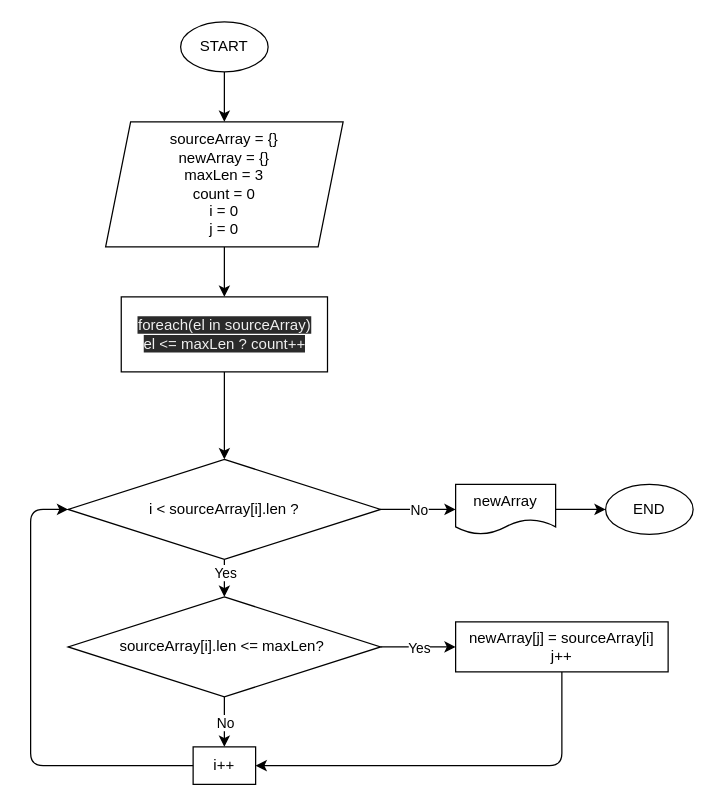
The draw.io diagram BlockScheme.drawio in maslaff/GBEdu_GetFilteredArray, before the edit. Source tidied: cells renumbered, new cells numbered last; positions are measured from the earlier drawing's top-left corner, leaving out a move shared by most shapes. Both pictures are drawn from the tidied source at 125%, with x=0, y=0 at pixel (30, 21).
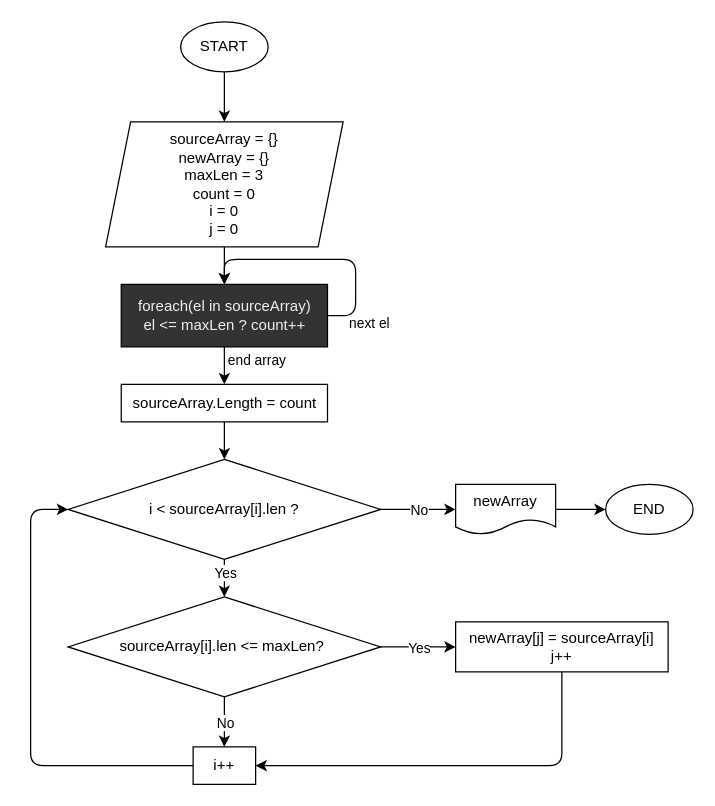
The same page after the edit.

Commit message (it also covers changes not shown here):
BlockScheme modified. foreach added

Unchanged cells that the change refers to:
```xml
<mxCell id="6" value="sourceArray = {}&lt;br&gt;newArray = {}&lt;br&gt;maxLen = 3&lt;br&gt;count = 0&lt;br&gt;i = 0&lt;br&gt;j = 0" style="shape=parallelogram;perimeter=parallelogramPerimeter;whiteSpace=wrap;html=1;fixedSize=1;" parent="1" vertex="1">
  <mxGeometry x="60" y="80" width="190" height="100" as="geometry" />
</mxCell>
<mxCell id="19" value="i &amp;lt; sourceArray[i].len ?" style="rhombus;whiteSpace=wrap;html=1;" parent="1" vertex="1">
  <mxGeometry x="30" y="350" width="250" height="80" as="geometry" />
</mxCell>
```

Diff of the diagram source:
```diff
@@
-    <mxCell id="5" style="edgeStyle=none;html=1;" parent="1" edge="1" source="6">
-      <mxGeometry relative="1" as="geometry">
-        <mxPoint x="155" y="220" as="targetPoint" />
-      </mxGeometry>
+    <mxCell id="5" style="edgeStyle=none;html=1;entryX=0.5;entryY=0;entryDx=0;entryDy=0;" parent="1" edge="1" source="6" target="24">
+      <mxGeometry relative="1" as="geometry" />
     </mxCell>
@@
-    <mxCell id="23" style="edgeStyle=none;html=1;exitX=0.5;exitY=1;exitDx=0;exitDy=0;" parent="1" edge="1" source="24" target="19">
-      <mxGeometry relative="1" as="geometry" />
-    </mxCell>
+    <mxCell id="25" style="edgeStyle=none;html=1;" parent="1" edge="1" source="24" target="30">
+      <mxGeometry relative="1" as="geometry" />
+    </mxCell>
+    <mxCell id="26" value="end array" style="edgeLabel;html=1;align=center;verticalAlign=middle;" parent="25" vertex="1">
+      <mxGeometry x="-0.79" relative="1" as="geometry">
+        <mxPoint x="25" y="7" as="offset" />
+      </mxGeometry>
+    </mxCell>
+    <mxCell id="27" style="edgeStyle=none;html=1;exitX=1;exitY=0.5;exitDx=0;exitDy=0;" parent="1" edge="1" source="24">
+      <mxGeometry relative="1" as="geometry">
+        <mxPoint x="155" y="210" as="targetPoint" />
+        <Array as="points">
+          <mxPoint x="260" y="235" />
+          <mxPoint x="260" y="190" />
+          <mxPoint x="155" y="190" />
+        </Array>
+      </mxGeometry>
+    </mxCell>
+    <mxCell id="28" value="next el" style="edgeLabel;html=1;align=center;verticalAlign=middle;" parent="27" vertex="1">
+      <mxGeometry x="-0.45" relative="1" as="geometry">
+        <mxPoint x="10" y="36" as="offset" />
+      </mxGeometry>
+    </mxCell>
-    <mxCell id="24" value="&lt;span style=&quot;color: rgb(240, 240, 240); font-family: helvetica; font-size: 12px; font-style: normal; font-weight: 400; letter-spacing: normal; text-align: center; text-indent: 0px; text-transform: none; word-spacing: 0px; background-color: rgb(42, 42, 42); display: inline; float: none;&quot;&gt;foreach(el in sourceArray)&lt;/span&gt;&lt;br style=&quot;color: rgb(240, 240, 240); font-family: helvetica; font-size: 12px; font-style: normal; font-weight: 400; letter-spacing: normal; text-align: center; text-indent: 0px; text-transform: none; word-spacing: 0px; background-color: rgb(42, 42, 42);&quot;&gt;&lt;span style=&quot;color: rgb(240, 240, 240); font-family: helvetica; font-size: 12px; font-style: normal; font-weight: 400; letter-spacing: normal; text-align: center; text-indent: 0px; text-transform: none; word-spacing: 0px; background-color: rgb(42, 42, 42); display: inline; float: none;&quot;&gt;el &amp;lt;= maxLen ? count++&lt;/span&gt;" style="rounded=0;whiteSpace=wrap;html=1;" parent="1" vertex="1">
-      <mxGeometry x="72.5" y="220" width="165" height="60" as="geometry" />
+    <mxCell id="24" value="&lt;span style=&quot;color: rgb(240 , 240 , 240) ; font-family: &amp;#34;helvetica&amp;#34; ; font-size: 12px ; font-style: normal ; font-weight: 400 ; letter-spacing: normal ; text-align: center ; text-indent: 0px ; text-transform: none ; word-spacing: 0px ; display: inline ; float: none&quot;&gt;foreach(el in sourceArray)&lt;/span&gt;&lt;br style=&quot;color: rgb(240 , 240 , 240) ; font-family: &amp;#34;helvetica&amp;#34; ; font-size: 12px ; font-style: normal ; font-weight: 400 ; letter-spacing: normal ; text-align: center ; text-indent: 0px ; text-transform: none ; word-spacing: 0px&quot;&gt;&lt;span style=&quot;color: rgb(240 , 240 , 240) ; font-family: &amp;#34;helvetica&amp;#34; ; font-size: 12px ; font-style: normal ; font-weight: 400 ; letter-spacing: normal ; text-align: center ; text-indent: 0px ; text-transform: none ; word-spacing: 0px ; display: inline ; float: none&quot;&gt;el &amp;lt;= maxLen ? count++&lt;/span&gt;" style="rounded=0;whiteSpace=wrap;html=1;fillColor=#333333;" parent="1" vertex="1">
+      <mxGeometry x="72.5" y="210" width="165" height="50" as="geometry" />
     </mxCell>
+    <mxCell id="29" style="edgeStyle=none;html=1;" parent="1" edge="1" source="30" target="19">
+      <mxGeometry relative="1" as="geometry" />
+    </mxCell>
+    <mxCell id="30" value="&lt;font face=&quot;helvetica&quot;&gt;sourceArray.Length = count&lt;/font&gt;" style="rounded=0;whiteSpace=wrap;html=1;fillColor=default;" parent="1" vertex="1">
+      <mxGeometry x="72.5" y="290" width="165" height="30" as="geometry" />
+    </mxCell>
```
